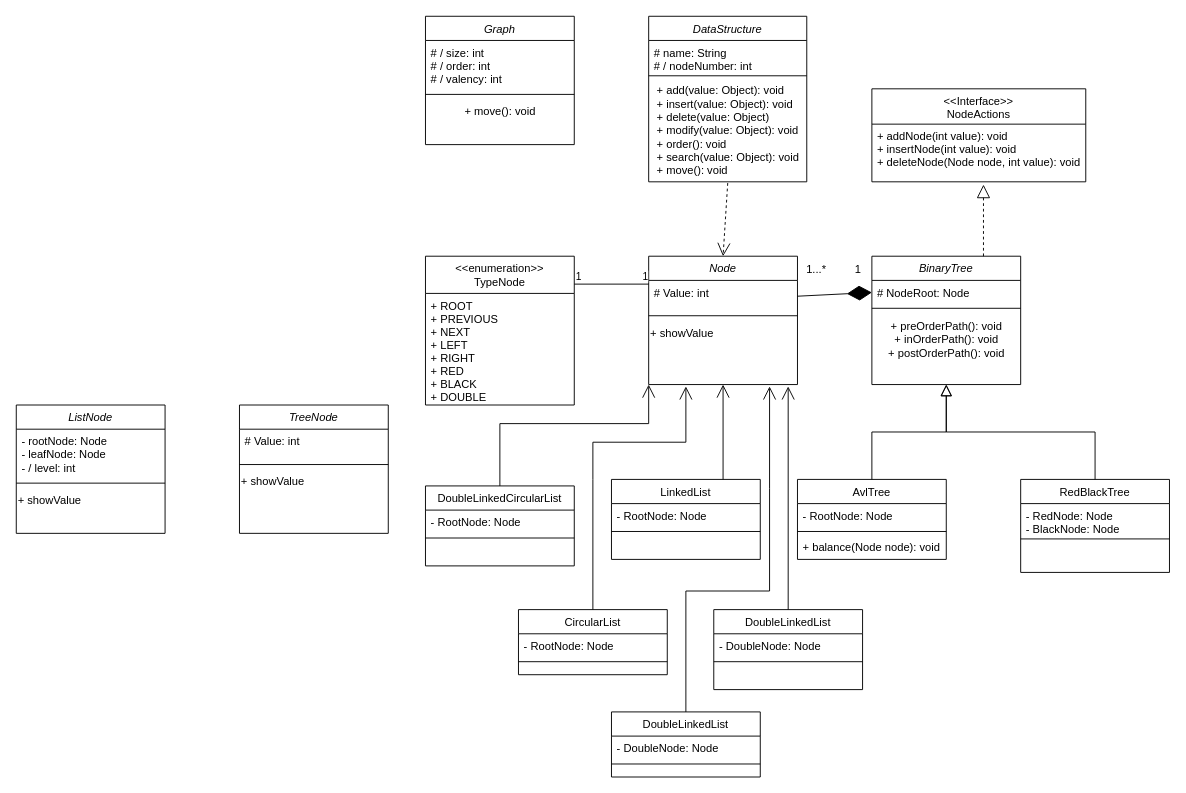
Above: BinaryTreeUMLDiagram.drawio in GabrielCevallos/DataBase (draw.io), before the change. Source tidied: cells renumbered, new cells numbered last; positions are measured from the earlier drawing's top-left corner, leaving out a move shared by most shapes. Both pictures are drawn from the tidied source at 93%, with x=0, y=0 at pixel (16, 16).
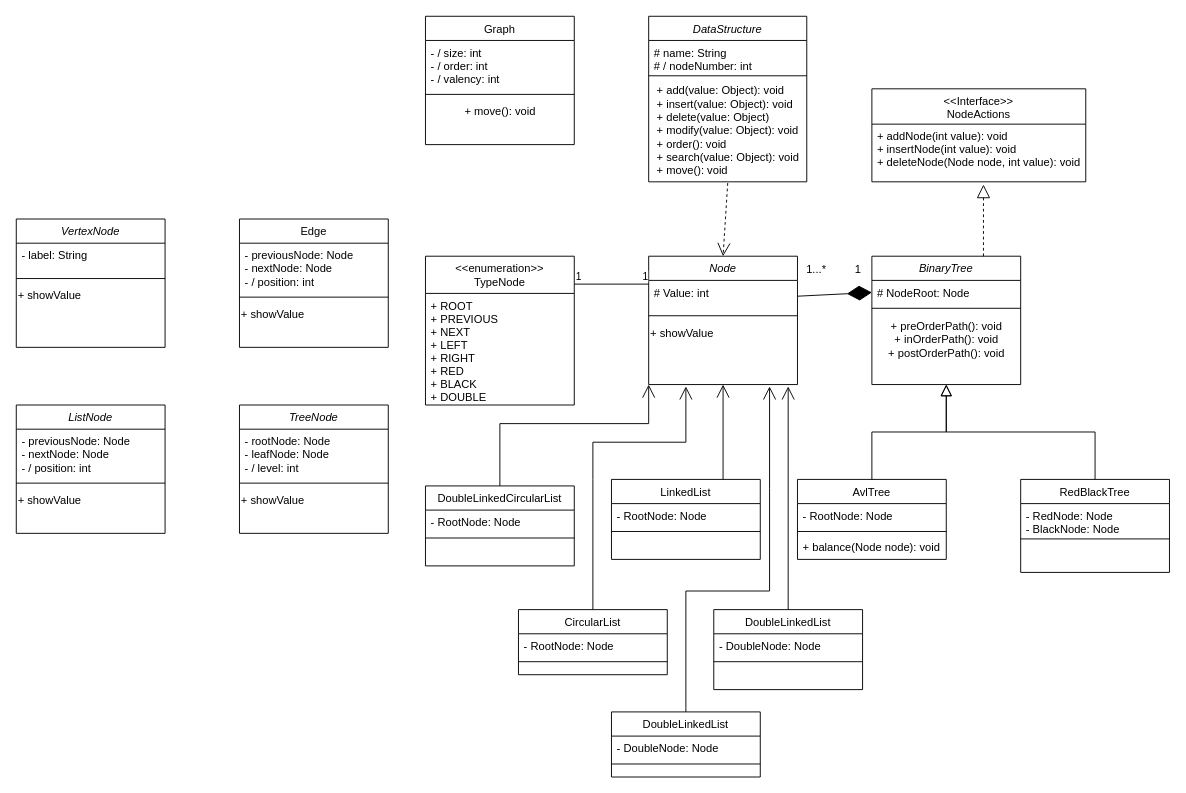
The same diagram, later.

Unchanged cells that the change refers to:
```xml
<mxCell id="59" value="TreeNode" style="swimlane;fontStyle=2;align=center;verticalAlign=top;horizontal=1;startSize=26;rounded=0;shadow=0;strokeWidth=1;" parent="1" vertex="1">
  <mxGeometry x="240" y="418" width="160" height="138" as="geometry" />
</mxCell>
<mxCell id="63" value="ListNode" style="swimlane;fontStyle=2;align=center;verticalAlign=top;horizontal=1;startSize=26;rounded=0;shadow=0;strokeWidth=1;" parent="1" vertex="1">
  <mxGeometry y="418" width="160" height="138" as="geometry" />
</mxCell>
```

The edit, as a diff of the source:
```diff
@@
-    <mxCell id="55" value="Graph" style="swimlane;fontStyle=2;align=center;verticalAlign=top;horizontal=1;startSize=26;rounded=0;shadow=0;strokeWidth=1;" parent="1" vertex="1">
+    <mxCell id="55" value="Graph" style="swimlane;fontStyle=0;align=center;verticalAlign=top;horizontal=1;startSize=26;rounded=0;shadow=0;strokeWidth=1;" parent="1" vertex="1">
       <mxGeometry x="440" width="160" height="138" as="geometry" />
     </mxCell>
-    <mxCell id="56" value="# / size: int&#10;# / order: int&#10;# / valency: int&#10;" style="text;align=left;verticalAlign=top;spacingLeft=4;spacingRight=4;overflow=hidden;" parent="55" vertex="1">
+    <mxCell id="56" value="- / size: int&#10;- / order: int&#10;- / valency: int&#10;" style="text;align=left;verticalAlign=top;spacingLeft=4;spacingRight=4;overflow=hidden;" parent="55" vertex="1">
       <mxGeometry y="26" width="160" height="54" as="geometry" />
     </mxCell>
@@
-    <mxCell id="60" value="# Value: int" style="text;align=left;verticalAlign=top;spacingLeft=4;spacingRight=4;overflow=hidden;" parent="59" vertex="1">
-      <mxGeometry y="26" width="160" height="34" as="geometry" />
-    </mxCell>
+    <mxCell id="67" value="- rootNode: Node&#10;- leafNode: Node&#10;- / level: int" style="text;align=left;verticalAlign=top;spacingLeft=4;spacingRight=4;overflow=hidden;" parent="59" vertex="1">
+      <mxGeometry y="26" width="160" height="54" as="geometry" />
+    </mxCell>
     <mxCell id="61" style="line;html=1;strokeWidth=1;align=left;verticalAlign=middle;spacingTop=-1;spacingLeft=3;spacingRight=3;labelPosition=right;" parent="59" vertex="1">
-      <mxGeometry y="60" width="160" height="8" as="geometry" />
+      <mxGeometry y="80" width="160" height="8" as="geometry" />
     </mxCell>
     <mxCell id="62" value="&lt;div style=&quot;text-align: justify;&quot;&gt;&lt;span style=&quot;background-color: initial;&quot;&gt;+ showValue&lt;/span&gt;&lt;/div&gt;" style="text;html=1;align=left;verticalAlign=middle;strokeColor=none;fillColor=none;" parent="59" vertex="1">
-      <mxGeometry y="68" width="160" height="30" as="geometry" />
+      <mxGeometry y="88" width="160" height="30" as="geometry" />
     </mxCell>
@@
-    <mxCell id="64" value="- rootNode: Node&#10;- leafNode: Node&#10;- / level: int" style="text;align=left;verticalAlign=top;spacingLeft=4;spacingRight=4;overflow=hidden;" parent="63" vertex="1">
+    <mxCell id="64" value="- previousNode: Node&#10;- nextNode: Node&#10;- / position: int" style="text;align=left;verticalAlign=top;spacingLeft=4;spacingRight=4;overflow=hidden;" parent="63" vertex="1">
       <mxGeometry y="26" width="160" height="54" as="geometry" />
     </mxCell>
@@
+    <mxCell id="68" value="VertexNode" style="swimlane;fontStyle=2;align=center;verticalAlign=top;horizontal=1;startSize=26;rounded=0;shadow=0;strokeWidth=1;" parent="1" vertex="1">
+      <mxGeometry y="218" width="160" height="138" as="geometry" />
+    </mxCell>
+    <mxCell id="69" value="- label: String" style="text;align=left;verticalAlign=top;spacingLeft=4;spacingRight=4;overflow=hidden;" parent="68" vertex="1">
+      <mxGeometry y="26" width="160" height="34" as="geometry" />
+    </mxCell>
+    <mxCell id="70" style="line;html=1;strokeWidth=1;align=left;verticalAlign=middle;spacingTop=-1;spacingLeft=3;spacingRight=3;labelPosition=right;" parent="68" vertex="1">
+      <mxGeometry y="60" width="160" height="8" as="geometry" />
+    </mxCell>
+    <mxCell id="71" value="&lt;div style=&quot;text-align: justify;&quot;&gt;&lt;span style=&quot;background-color: initial;&quot;&gt;+ showValue&lt;/span&gt;&lt;/div&gt;" style="text;html=1;align=left;verticalAlign=middle;strokeColor=none;fillColor=none;" parent="68" vertex="1">
+      <mxGeometry y="68" width="160" height="30" as="geometry" />
+    </mxCell>
+    <mxCell id="72" value="Edge" style="swimlane;fontStyle=0;align=center;verticalAlign=top;horizontal=1;startSize=26;rounded=0;shadow=0;strokeWidth=1;" parent="1" vertex="1">
+      <mxGeometry x="240" y="218" width="160" height="138" as="geometry" />
+    </mxCell>
+    <mxCell id="73" value="- previousNode: Node&#10;- nextNode: Node&#10;- / position: int" style="text;align=left;verticalAlign=top;spacingLeft=4;spacingRight=4;overflow=hidden;" parent="72" vertex="1">
+      <mxGeometry y="26" width="160" height="54" as="geometry" />
+    </mxCell>
+    <mxCell id="74" style="line;html=1;strokeWidth=1;align=left;verticalAlign=middle;spacingTop=-1;spacingLeft=3;spacingRight=3;labelPosition=right;" parent="72" vertex="1">
+      <mxGeometry y="80" width="160" height="8" as="geometry" />
+    </mxCell>
+    <mxCell id="75" value="&lt;div style=&quot;text-align: justify;&quot;&gt;&lt;span style=&quot;background-color: initial;&quot;&gt;+ showValue&lt;/span&gt;&lt;/div&gt;" style="text;html=1;align=left;verticalAlign=middle;strokeColor=none;fillColor=none;" parent="72" vertex="1">
+      <mxGeometry y="88" width="160" height="30" as="geometry" />
+    </mxCell>
```
